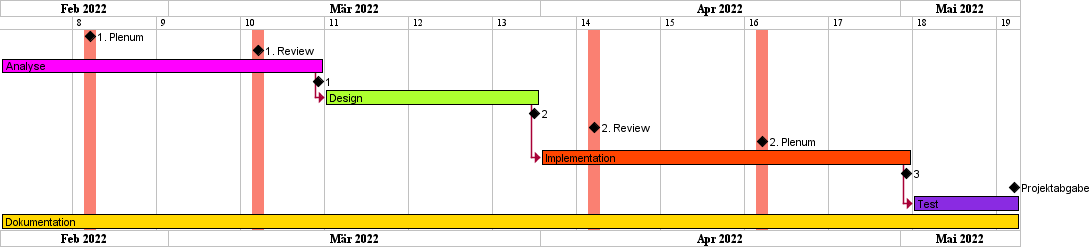
Above: docs/content/diagrams/out/planning/planning.png in sirtheta/ImmoGlobal_Semesterarbeit (PlantUML), before the change.
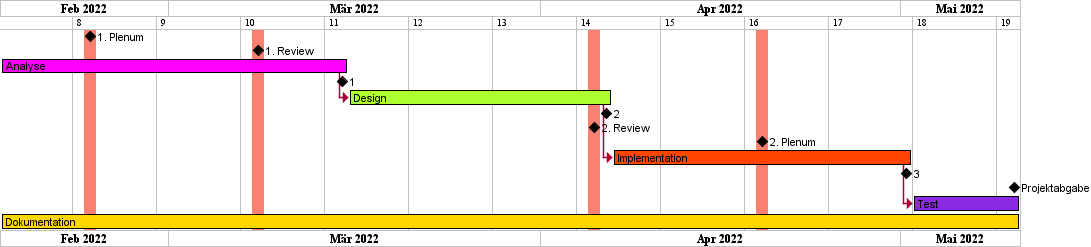
The same file after the commit.

Change to the diagram source:
```diff
@@ -6,11 +6,11 @@
 [1. Plenum] happens at 2022-02-22
 [1. Review] happens at 2022-03-08
 [Analyse] starts 2022-02-15
-[Analyse] ends 2022-03-13
-[1] happens at 2022-03-13
+[Analyse] ends 2022-03-15
+[1] happens at 2022-03-15
 [Design] starts at [Analyse]'s end
-[Design] ends 2022-03-31
-[2] happens at 2022-03-31
+[Design] ends 2022-04-06
+[2] happens at 2022-04-06
 [2. Review] happens at 2022-04-05
 [2. Plenum] happens at 2022-04-19
 [Implementation] starts at [Design]'s end
```
